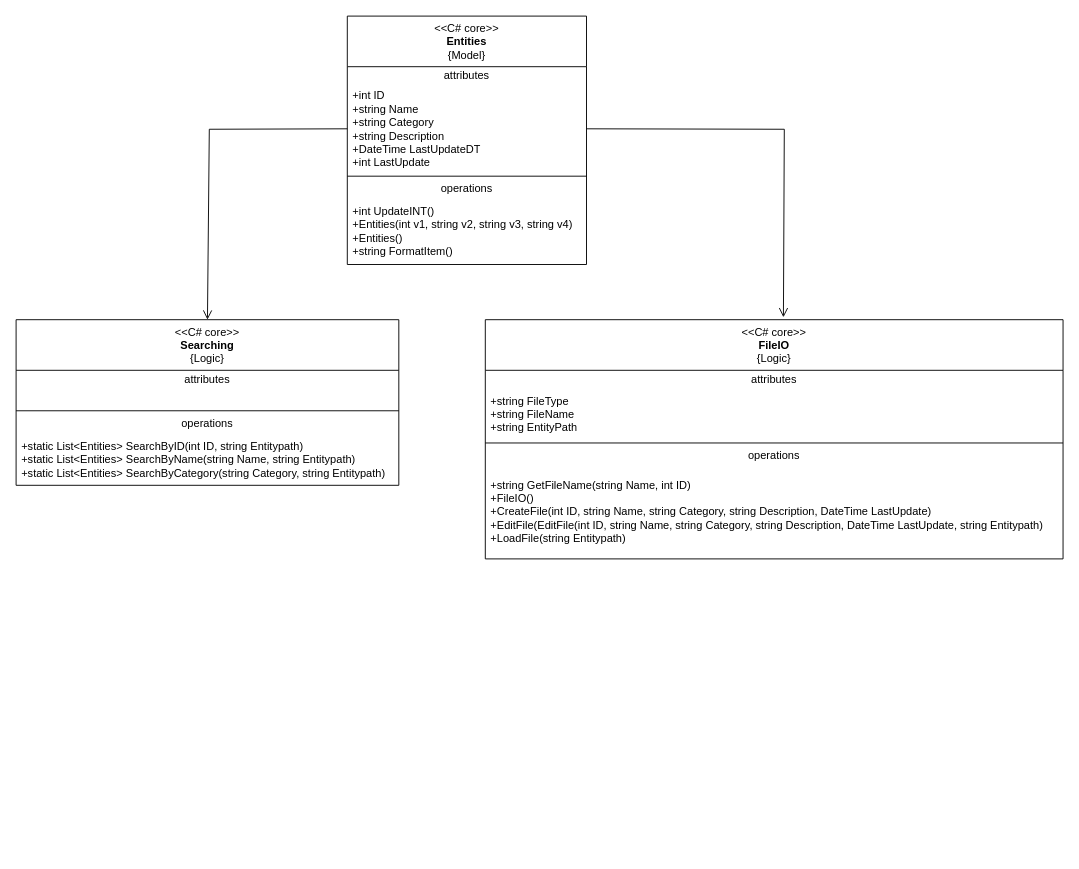
Above: FinalUML.drawio in etsucs-scott/project-4-MietheHadyn (draw.io), before the change. Source tidied: cells renumbered, new cells numbered last; positions are measured from the earlier drawing's top-left corner, leaving out a move shared by most shapes. Both pictures are drawn from the tidied source at 92%, with x=0, y=0 at pixel (16, 16).
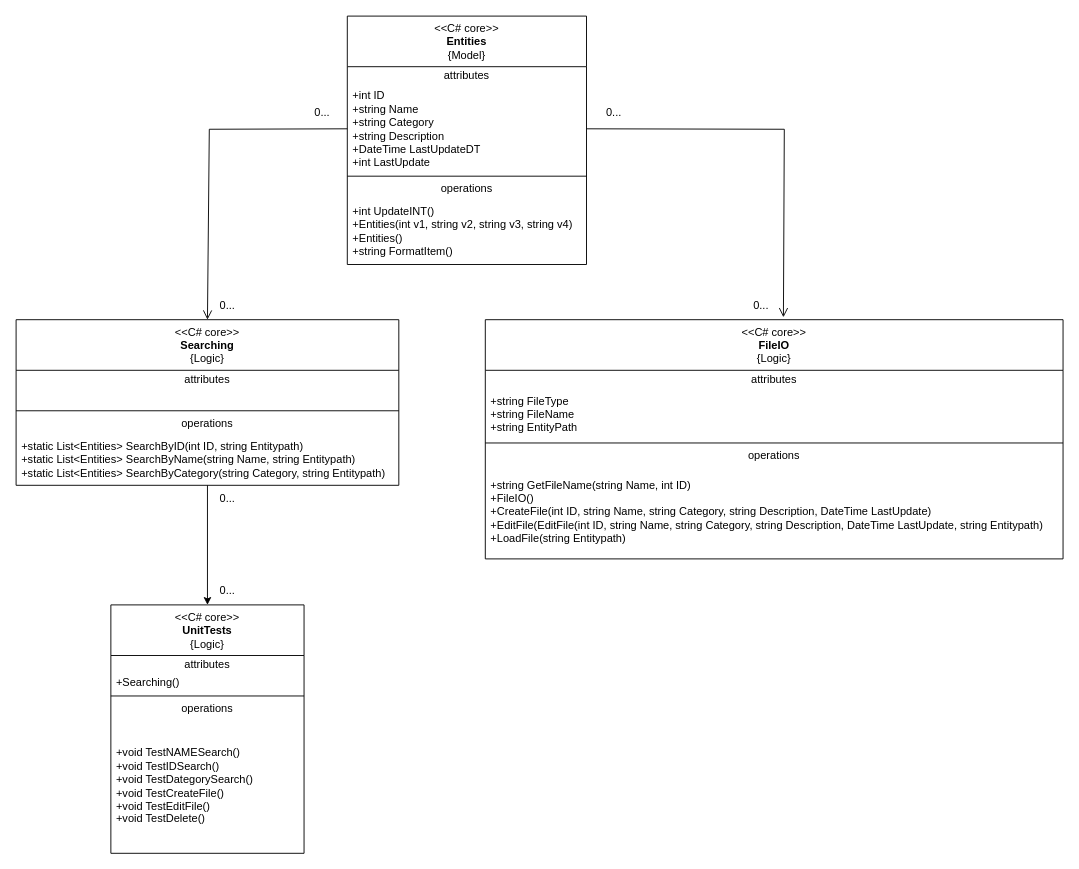
The same diagram, later.

Unchanged cells that the change refers to:
```xml
<mxCell id="14" value="&amp;lt;&amp;lt;C# core&amp;gt;&amp;gt;&lt;br&gt;&lt;b&gt;Searching&lt;/b&gt;&lt;div&gt;{Logic}&lt;/div&gt;" style="swimlane;fontStyle=0;align=center;verticalAlign=top;horizontal=1;startSize=55;html=1;whiteSpace=wrap;" parent="1" vertex="1">
  <mxGeometry y="330" width="416" height="180" as="geometry" />
</mxCell>
```

The edit, as a diff of the source:
```diff
@@
+    <mxCell id="22" style="edgeStyle=orthogonalEdgeStyle;rounded=0;jettySize=auto;html=1;" parent="1" edge="1" source="14" target="23">
+      <mxGeometry relative="1" as="geometry" />
+    </mxCell>
@@
+    <mxCell id="23" value="&amp;lt;&amp;lt;C# core&amp;gt;&amp;gt;&lt;br&gt;&lt;b&gt;UnitTests&lt;/b&gt;&lt;br&gt;{Logic}" style="swimlane;fontStyle=0;align=center;verticalAlign=top;horizontal=1;startSize=55;html=1;whiteSpace=wrap;" parent="1" vertex="1">
+      <mxGeometry x="103" y="640" width="210" height="270" as="geometry" />
+    </mxCell>
+    <mxCell id="24" value="attributes" style="text;html=1;strokeColor=none;fillColor=none;align=center;verticalAlign=middle;spacingLeft=4;spacingRight=4;overflow=hidden;whiteSpace=wrap;" parent="23" vertex="1">
+      <mxGeometry y="55" width="210" height="20" as="geometry" />
+    </mxCell>
+    <mxCell id="25" value="+Searching()" style="text;html=1;strokeColor=none;fillColor=none;align=left;verticalAlign=middle;spacingLeft=4;spacingRight=4;overflow=hidden;whiteSpace=wrap;" parent="23" vertex="1">
+      <mxGeometry y="75" width="210" height="20" as="geometry" />
+    </mxCell>
+    <mxCell id="26" style="line;strokeWidth=1;fillColor=none;align=left;verticalAlign=middle;spacingTop=-1;spacingLeft=3;spacingRight=3;labelPosition=right;" parent="23" vertex="1">
+      <mxGeometry y="95" width="210" height="8" as="geometry" />
+    </mxCell>
+    <mxCell id="27" value="operations" style="text;html=1;strokeColor=none;fillColor=none;align=center;verticalAlign=middle;spacingLeft=4;spacingRight=4;overflow=hidden;whiteSpace=wrap;" parent="23" vertex="1">
+      <mxGeometry y="103" width="210" height="20" as="geometry" />
+    </mxCell>
+    <mxCell id="28" value="+void TestNAMESearch()&lt;div&gt;+void TestIDSearch()&lt;/div&gt;&lt;div&gt;+void TestDategorySearch()&lt;/div&gt;&lt;div&gt;+void TestCreateFile()&lt;/div&gt;&lt;div&gt;+void TestEditFile()&lt;/div&gt;&lt;div&gt;+void TestDelete()&lt;/div&gt;" style="text;html=1;strokeColor=none;fillColor=none;align=left;verticalAlign=middle;spacingLeft=4;spacingRight=4;overflow=hidden;whiteSpace=wrap;" parent="23" vertex="1">
+      <mxGeometry y="123" width="210" height="147" as="geometry" />
+    </mxCell>
+    <mxCell id="29" value="0..." style="text;html=1;whiteSpace=wrap;strokeColor=none;fillColor=none;align=center;verticalAlign=middle;rounded=0;" parent="1" vertex="1">
+      <mxGeometry x="313" y="90" width="40" height="30" as="geometry" />
+    </mxCell>
+    <mxCell id="30" value="0..." style="text;html=1;whiteSpace=wrap;strokeColor=none;fillColor=none;align=center;verticalAlign=middle;rounded=0;" parent="1" vertex="1">
+      <mxGeometry x="210" y="300" width="40" height="30" as="geometry" />
+    </mxCell>
+    <mxCell id="31" value="0..." style="text;html=1;whiteSpace=wrap;strokeColor=none;fillColor=none;align=center;verticalAlign=middle;rounded=0;" parent="1" vertex="1">
+      <mxGeometry x="630" y="90" width="40" height="30" as="geometry" />
+    </mxCell>
+    <mxCell id="32" value="0..." style="text;html=1;whiteSpace=wrap;strokeColor=none;fillColor=none;align=center;verticalAlign=middle;rounded=0;" parent="1" vertex="1">
+      <mxGeometry x="790" y="300" width="40" height="30" as="geometry" />
+    </mxCell>
+    <mxCell id="33" value="0..." style="text;html=1;whiteSpace=wrap;strokeColor=none;fillColor=none;align=center;verticalAlign=middle;rounded=0;" parent="1" vertex="1">
+      <mxGeometry x="210" y="510" width="40" height="30" as="geometry" />
+    </mxCell>
+    <mxCell id="34" value="0..." style="text;html=1;whiteSpace=wrap;strokeColor=none;fillColor=none;align=center;verticalAlign=middle;rounded=0;" parent="1" vertex="1">
+      <mxGeometry x="210" y="610" width="40" height="30" as="geometry" />
+    </mxCell>
```
